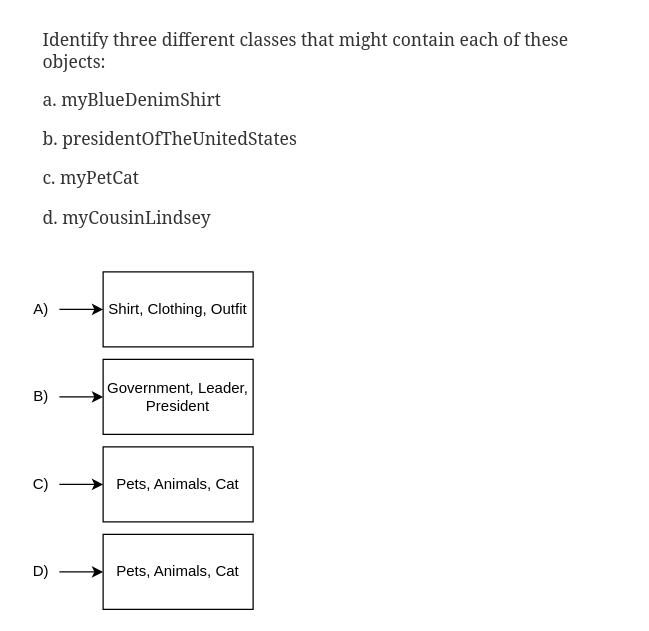
Earlier version of the draw.io diagram Problem Solving/classes.drawio (sweetrellish/python_work1). Source tidied: cells renumbered, new cells numbered last; positions are measured from the earlier drawing's top-left corner, leaving out a move shared by most shapes. Both pictures are drawn from the tidied source at 125%, with x=0, y=0 at pixel (21, 21).
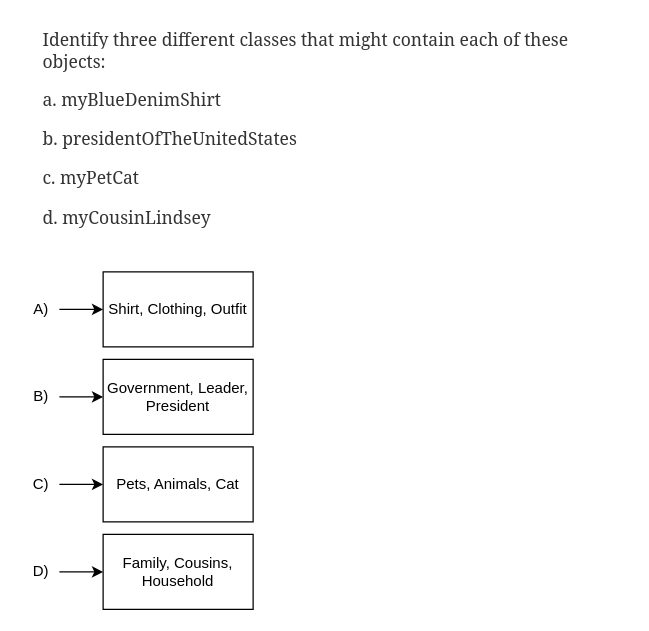
The same page after the edit.

What changed in the source:
```diff
@@
 <mxGraphModel>
   <root>
     <mxCell id="0" />
     <mxCell id="1" parent="0" />
     <mxCell id="2" value="&lt;span style=&quot;color: rgb(51, 51, 51); font-family: georgia, times, &amp;quot;times new roman&amp;quot;, serif; font-size: 14px; font-style: normal; font-weight: 400; letter-spacing: normal; text-indent: 0px; text-transform: none; word-spacing: 0px; background-color: rgb(255, 255, 255); display: inline; float: none;&quot;&gt;Identify three different classes that might contain each of these objects:&lt;/span&gt;&lt;br style=&quot;color: rgb(51, 51, 51); font-family: georgia, times, &amp;quot;times new roman&amp;quot;, serif; font-size: 14px; font-style: normal; font-weight: 400; letter-spacing: normal; text-indent: 0px; text-transform: none; word-spacing: 0px; background-color: rgb(255, 255, 255);&quot;&gt;&lt;br style=&quot;color: rgb(51, 51, 51); font-family: georgia, times, &amp;quot;times new roman&amp;quot;, serif; font-size: 14px; font-style: normal; font-weight: 400; letter-spacing: normal; text-indent: 0px; text-transform: none; word-spacing: 0px; background-color: rgb(255, 255, 255);&quot;&gt;&lt;span style=&quot;color: rgb(51, 51, 51); font-family: georgia, times, &amp;quot;times new roman&amp;quot;, serif; font-size: 14px; font-style: normal; font-weight: 400; letter-spacing: normal; text-indent: 0px; text-transform: none; word-spacing: 0px; background-color: rgb(255, 255, 255); display: inline; float: none;&quot;&gt;a. myBlueDenimShirt&lt;/span&gt;&lt;br style=&quot;color: rgb(51, 51, 51); font-family: georgia, times, &amp;quot;times new roman&amp;quot;, serif; font-size: 14px; font-style: normal; font-weight: 400; letter-spacing: normal; text-indent: 0px; text-transform: none; word-spacing: 0px; background-color: rgb(255, 255, 255);&quot;&gt;&lt;br style=&quot;color: rgb(51, 51, 51); font-family: georgia, times, &amp;quot;times new roman&amp;quot;, serif; font-size: 14px; font-style: normal; font-weight: 400; letter-spacing: normal; text-indent: 0px; text-transform: none; word-spacing: 0px; background-color: rgb(255, 255, 255);&quot;&gt;&lt;span style=&quot;color: rgb(51, 51, 51); font-family: georgia, times, &amp;quot;times new roman&amp;quot;, serif; font-size: 14px; font-style: normal; font-weight: 400; letter-spacing: normal; text-indent: 0px; text-transform: none; word-spacing: 0px; background-color: rgb(255, 255, 255); display: inline; float: none;&quot;&gt;b. presidentOfTheUnitedStates&lt;/span&gt;&lt;br style=&quot;color: rgb(51, 51, 51); font-family: georgia, times, &amp;quot;times new roman&amp;quot;, serif; font-size: 14px; font-style: normal; font-weight: 400; letter-spacing: normal; text-indent: 0px; text-transform: none; word-spacing: 0px; background-color: rgb(255, 255, 255);&quot;&gt;&lt;br style=&quot;color: rgb(51, 51, 51); font-family: georgia, times, &amp;quot;times new roman&amp;quot;, serif; font-size: 14px; font-style: normal; font-weight: 400; letter-spacing: normal; text-indent: 0px; text-transform: none; word-spacing: 0px; background-color: rgb(255, 255, 255);&quot;&gt;&lt;span style=&quot;color: rgb(51, 51, 51); font-family: georgia, times, &amp;quot;times new roman&amp;quot;, serif; font-size: 14px; font-style: normal; font-weight: 400; letter-spacing: normal; text-indent: 0px; text-transform: none; word-spacing: 0px; background-color: rgb(255, 255, 255); display: inline; float: none;&quot;&gt;c. myPetCat&lt;/span&gt;&lt;br style=&quot;color: rgb(51, 51, 51); font-family: georgia, times, &amp;quot;times new roman&amp;quot;, serif; font-size: 14px; font-style: normal; font-weight: 400; letter-spacing: normal; text-indent: 0px; text-transform: none; word-spacing: 0px; background-color: rgb(255, 255, 255);&quot;&gt;&lt;br style=&quot;color: rgb(51, 51, 51); font-family: georgia, times, &amp;quot;times new roman&amp;quot;, serif; font-size: 14px; font-style: normal; font-weight: 400; letter-spacing: normal; text-indent: 0px; text-transform: none; word-spacing: 0px; background-color: rgb(255, 255, 255);&quot;&gt;&lt;span style=&quot;color: rgb(51, 51, 51); font-family: georgia, times, &amp;quot;times new roman&amp;quot;, serif; font-size: 14px; font-style: normal; font-weight: 400; letter-spacing: normal; text-indent: 0px; text-transform: none; word-spacing: 0px; background-color: rgb(255, 255, 255); display: inline; float: none;&quot;&gt;d. myCousinLindsey&lt;/span&gt;" style="text;whiteSpace=wrap;html=1;" parent="1" vertex="1">
       <mxGeometry x="15" width="470" height="140" as="geometry" />
     </mxCell>
     <mxCell id="3" style="edgeStyle=none;html=1;" parent="1" edge="1" source="4" target="5">
       <mxGeometry relative="1" as="geometry" />
     </mxCell>
     <mxCell id="4" value="A)" style="text;html=1;align=center;verticalAlign=middle;points=[];strokeColor=none;fillColor=none;" parent="1" vertex="1">
       <mxGeometry y="220" width="30" height="20" as="geometry" />
     </mxCell>
     <mxCell id="5" value="Shirt, Clothing, Outfit" style="whiteSpace=wrap;html=1;" parent="1" vertex="1">
       <mxGeometry x="65" y="200" width="120" height="60" as="geometry" />
     </mxCell>
     <mxCell id="6" style="edgeStyle=none;html=1;" parent="1" edge="1" source="7" target="8">
       <mxGeometry relative="1" as="geometry" />
     </mxCell>
     <mxCell id="7" value="B)" style="text;html=1;align=center;verticalAlign=middle;points=[];strokeColor=none;fillColor=none;" parent="1" vertex="1">
       <mxGeometry y="290" width="30" height="20" as="geometry" />
     </mxCell>
     <mxCell id="8" value="Government, Leader, President" style="whiteSpace=wrap;html=1;" parent="1" vertex="1">
       <mxGeometry x="65" y="270" width="120" height="60" as="geometry" />
     </mxCell>
     <mxCell id="9" style="edgeStyle=none;html=1;" parent="1" edge="1" source="10" target="11">
       <mxGeometry relative="1" as="geometry" />
     </mxCell>
     <mxCell id="10" value="C)" style="text;html=1;align=center;verticalAlign=middle;points=[];strokeColor=none;fillColor=none;" parent="1" vertex="1">
       <mxGeometry y="360" width="30" height="20" as="geometry" />
     </mxCell>
     <mxCell id="11" value="Pets, Animals, Cat" style="whiteSpace=wrap;html=1;" parent="1" vertex="1">
       <mxGeometry x="65" y="340" width="120" height="60" as="geometry" />
     </mxCell>
     <mxCell id="12" style="edgeStyle=none;html=1;" parent="1" edge="1" source="13" target="14">
       <mxGeometry relative="1" as="geometry" />
     </mxCell>
     <mxCell id="13" value="D)" style="text;html=1;align=center;verticalAlign=middle;points=[];strokeColor=none;fillColor=none;" parent="1" vertex="1">
       <mxGeometry y="430" width="30" height="20" as="geometry" />
     </mxCell>
-    <mxCell id="14" value="Pets, Animals, Cat" style="whiteSpace=wrap;html=1;" parent="1" vertex="1">
+    <mxCell id="14" value="Family, Cousins, Household" style="whiteSpace=wrap;html=1;" parent="1" vertex="1">
       <mxGeometry x="65" y="410" width="120" height="60" as="geometry" />
     </mxCell>
   </root>
 </mxGraphModel>
```
